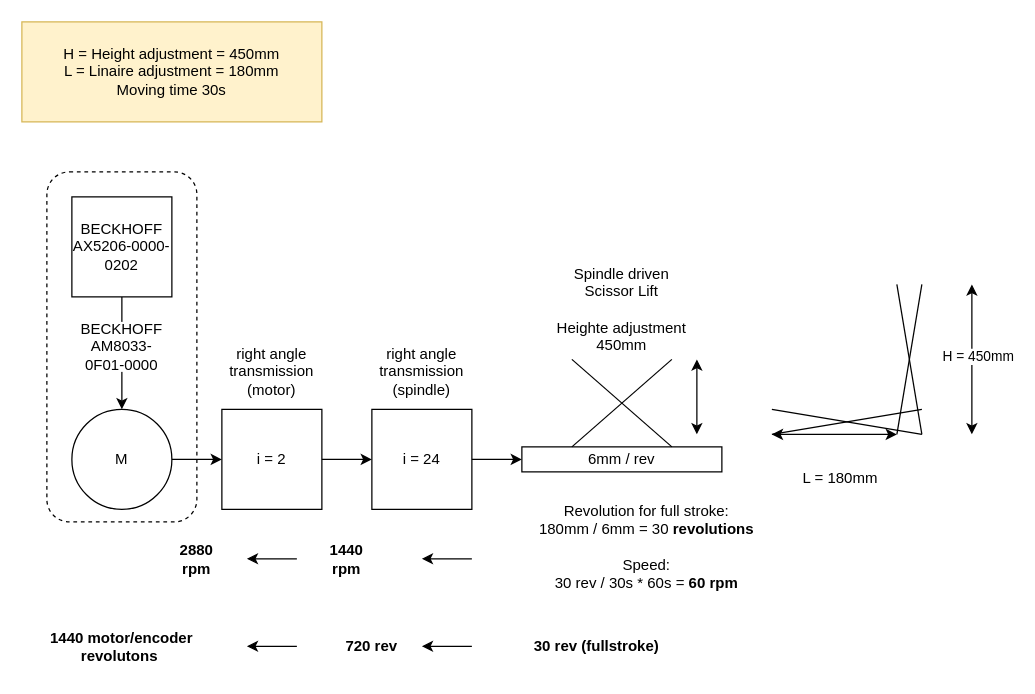
Earlier version of the draw.io diagram Documentation/MotionControl/Sciccor Lift/Principe Scissor Lift (servo).drawio (KMWE/KMWE_CleanroomConnect). Source tidied: cells renumbered, new cells numbered last; positions are measured from the earlier drawing's top-left corner, leaving out a move shared by most shapes. Both pictures are drawn from the tidied source at 125%, with x=0, y=0 at pixel (21, 21).
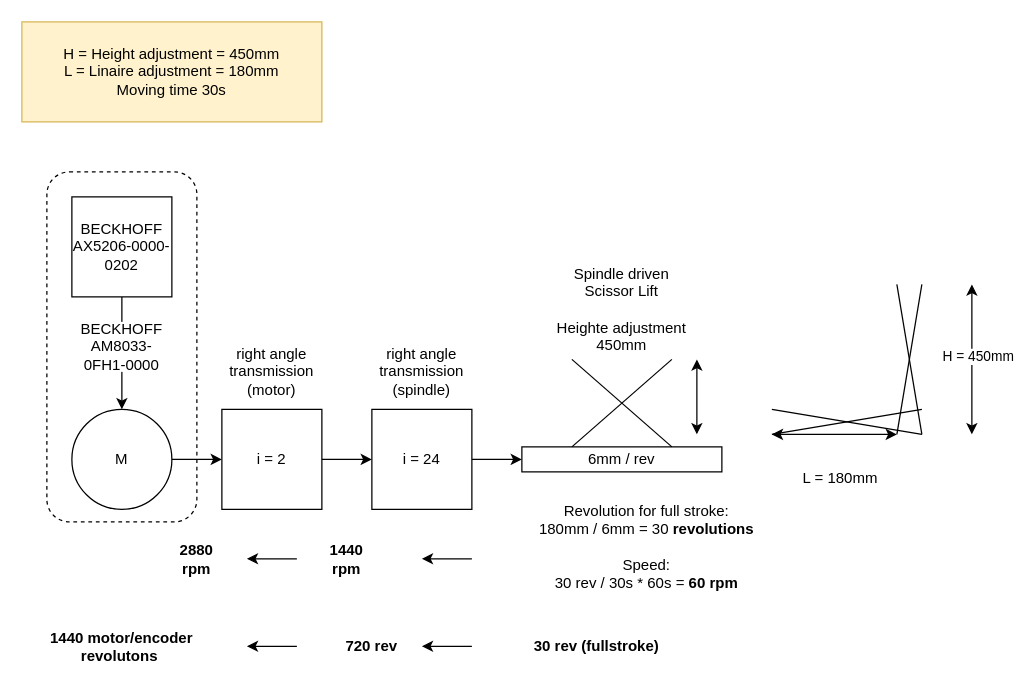
The same diagram, later.

The edit, as a diff of the source:
```diff
@@
-    <mxCell id="32" value="&lt;div&gt;BECKHOFF&lt;/div&gt;AM8033-0F01-0000" style="text;html=1;align=center;verticalAlign=middle;whiteSpace=wrap;rounded=0;fillColor=default;" parent="1" vertex="1">
+    <mxCell id="32" value="&lt;div&gt;BECKHOFF&lt;/div&gt;AM8033-0FH1-0000" style="text;html=1;align=center;verticalAlign=middle;whiteSpace=wrap;rounded=0;fillColor=default;" parent="1" vertex="1">
       <mxGeometry x="40" y="240" width="80" height="40" as="geometry" />
     </mxCell>
```
